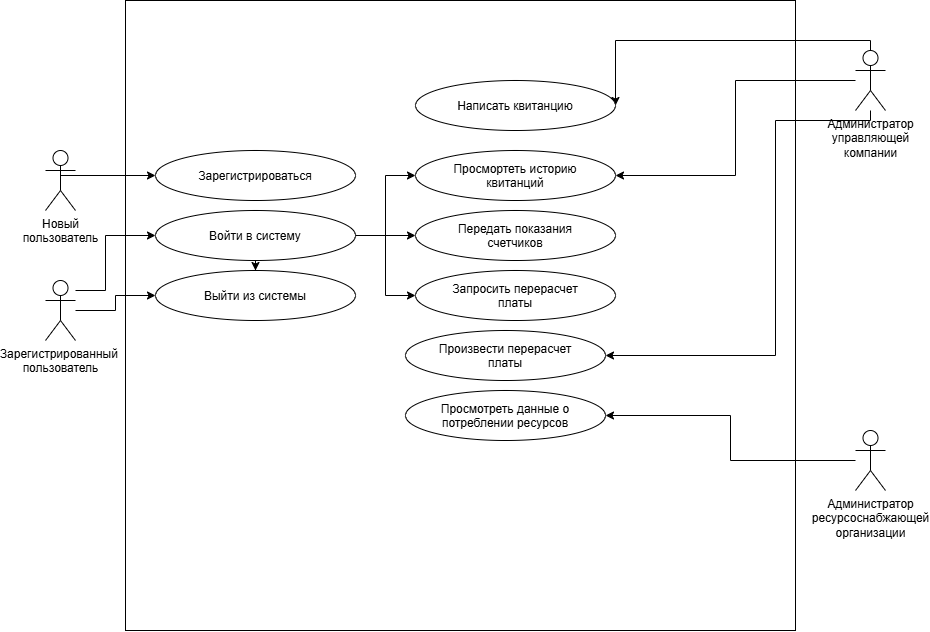
Above: docs/UseCase.png in rizunagd/project0 (draw.io), before the change. Source tidied: cells renumbered, new cells last; positions are measured from the earlier drawing's top-left corner, leaving out a move shared by most shapes. Source of this version:
```xml
<mxGraphModel>
  <root>
    <mxCell id="0" />
    <mxCell id="1" parent="0" />
    <mxCell id="2" style="rounded=0;whiteSpace=wrap;html=1;" parent="1" vertex="1">
      <mxGeometry x="80" width="670" height="630" as="geometry" />
    </mxCell>
    <mxCell id="3" style="edgeStyle=orthogonalEdgeStyle;rounded=0;jettySize=auto;html=1;exitX=0.5;exitY=0.5;exitDx=0;exitDy=0;exitPerimeter=0;entryX=0;entryY=0.5;entryDx=0;entryDy=0;" parent="1" edge="1" source="4" target="8">
      <mxGeometry relative="1" as="geometry">
        <Array as="points">
          <mxPoint x="15" y="175" />
        </Array>
      </mxGeometry>
    </mxCell>
    <mxCell id="4" value="Новый&lt;div&gt;пользователь&lt;/div&gt;" style="shape=umlActor;verticalLabelPosition=bottom;verticalAlign=top;html=1;outlineConnect=0;" parent="1" vertex="1">
      <mxGeometry y="150" width="30" height="60" as="geometry" />
    </mxCell>
    <mxCell id="5" style="edgeStyle=orthogonalEdgeStyle;rounded=0;jettySize=auto;html=1;entryX=0;entryY=0.5;entryDx=0;entryDy=0;" parent="1" edge="1" source="7" target="13">
      <mxGeometry relative="1" as="geometry">
        <Array as="points">
          <mxPoint x="60" y="290" />
          <mxPoint x="60" y="235" />
        </Array>
      </mxGeometry>
    </mxCell>
    <mxCell id="6" style="edgeStyle=orthogonalEdgeStyle;rounded=0;jettySize=auto;html=1;entryX=0;entryY=0.5;entryDx=0;entryDy=0;" parent="1" edge="1" source="7" target="14">
      <mxGeometry relative="1" as="geometry" />
    </mxCell>
    <mxCell id="7" value="Зарегистрированный&amp;nbsp;&lt;div&gt;пользователь&lt;/div&gt;" style="shape=umlActor;verticalLabelPosition=bottom;verticalAlign=top;html=1;outlineConnect=0;" parent="1" vertex="1">
      <mxGeometry y="280" width="30" height="60" as="geometry" />
    </mxCell>
    <mxCell id="8" value="Зарегистрироваться" style="ellipse;whiteSpace=wrap;html=1;shapeInside=1;" parent="1" vertex="1">
      <mxGeometry x="110" y="150" width="200" height="50" as="geometry" />
    </mxCell>
    <mxCell id="9" style="edgeStyle=orthogonalEdgeStyle;rounded=0;jettySize=auto;html=1;entryX=0.5;entryY=0;entryDx=0;entryDy=0;" parent="1" edge="1" source="13" target="14">
      <mxGeometry relative="1" as="geometry" />
    </mxCell>
    <mxCell id="10" style="edgeStyle=orthogonalEdgeStyle;rounded=0;jettySize=auto;html=1;entryX=0;entryY=0.5;entryDx=0;entryDy=0;" parent="1" edge="1" source="13" target="15">
      <mxGeometry relative="1" as="geometry" />
    </mxCell>
    <mxCell id="11" style="edgeStyle=orthogonalEdgeStyle;rounded=0;jettySize=auto;html=1;entryX=0;entryY=0.5;entryDx=0;entryDy=0;" parent="1" edge="1" source="13" target="16">
      <mxGeometry relative="1" as="geometry" />
    </mxCell>
    <mxCell id="12" style="edgeStyle=orthogonalEdgeStyle;rounded=0;jettySize=auto;html=1;entryX=0;entryY=0.5;entryDx=0;entryDy=0;" parent="1" edge="1" source="13" target="17">
      <mxGeometry relative="1" as="geometry" />
    </mxCell>
    <mxCell id="13" value="Войти в систему" style="ellipse;whiteSpace=wrap;html=1;shapeInside=1;" parent="1" vertex="1">
      <mxGeometry x="110" y="210" width="200" height="50" as="geometry" />
    </mxCell>
    <mxCell id="14" value="Выйти из системы" style="ellipse;whiteSpace=wrap;html=1;shapeInside=1;" parent="1" vertex="1">
      <mxGeometry x="110" y="270" width="200" height="50" as="geometry" />
    </mxCell>
    <mxCell id="15" value="Просмортеть историю квитанций" style="ellipse;whiteSpace=wrap;html=1;shapeInside=1;" parent="1" vertex="1">
      <mxGeometry x="370" y="150" width="200" height="50" as="geometry" />
    </mxCell>
    <mxCell id="16" value="Передать показания счетчиков" style="ellipse;whiteSpace=wrap;html=1;shapeInside=1;" parent="1" vertex="1">
      <mxGeometry x="370" y="210" width="200" height="50" as="geometry" />
    </mxCell>
    <mxCell id="17" value="Запросить перерасчет платы" style="ellipse;whiteSpace=wrap;html=1;shapeInside=1;" parent="1" vertex="1">
      <mxGeometry x="370" y="270" width="200" height="50" as="geometry" />
    </mxCell>
    <mxCell id="18" style="edgeStyle=orthogonalEdgeStyle;rounded=0;jettySize=auto;html=1;entryX=1;entryY=0.5;entryDx=0;entryDy=0;" parent="1" edge="1" source="21" target="15">
      <mxGeometry relative="1" as="geometry" />
    </mxCell>
    <mxCell id="19" style="edgeStyle=orthogonalEdgeStyle;rounded=0;jettySize=auto;html=1;entryX=1;entryY=0.5;entryDx=0;entryDy=0;" parent="1" edge="1" source="21" target="22">
      <mxGeometry relative="1" as="geometry">
        <Array as="points">
          <mxPoint x="825" y="120" />
          <mxPoint x="730" y="120" />
          <mxPoint x="730" y="355" />
        </Array>
      </mxGeometry>
    </mxCell>
    <mxCell id="20" style="edgeStyle=orthogonalEdgeStyle;rounded=0;jettySize=auto;html=1;entryX=1;entryY=0.5;entryDx=0;entryDy=0;" parent="1" edge="1" source="21" target="26">
      <mxGeometry relative="1" as="geometry">
        <Array as="points">
          <mxPoint x="825" y="40" />
          <mxPoint x="570" y="40" />
        </Array>
      </mxGeometry>
    </mxCell>
    <mxCell id="21" value="Администратор&lt;div&gt;управляющей&lt;/div&gt;&lt;div&gt;компании&lt;/div&gt;" style="shape=umlActor;verticalLabelPosition=bottom;verticalAlign=top;html=1;outlineConnect=0;" parent="1" vertex="1">
      <mxGeometry x="810" y="50" width="30" height="60" as="geometry" />
    </mxCell>
    <mxCell id="22" value="Произвести перерасчет платы" style="ellipse;whiteSpace=wrap;html=1;shapeInside=1;" parent="1" vertex="1">
      <mxGeometry x="360" y="330" width="200" height="50" as="geometry" />
    </mxCell>
    <mxCell id="23" value="Просмотреть данные о потреблении ресурсов" style="ellipse;whiteSpace=wrap;html=1;shapeInside=1;" parent="1" vertex="1">
      <mxGeometry x="360" y="390" width="200" height="50" as="geometry" />
    </mxCell>
    <mxCell id="24" style="edgeStyle=orthogonalEdgeStyle;rounded=0;jettySize=auto;html=1;entryX=1;entryY=0.5;entryDx=0;entryDy=0;" parent="1" edge="1" source="25" target="23">
      <mxGeometry relative="1" as="geometry" />
    </mxCell>
    <mxCell id="25" value="Администратор&lt;div&gt;ресурсоснабжающей&lt;/div&gt;&lt;div&gt;организации&lt;/div&gt;" style="shape=umlActor;verticalLabelPosition=bottom;verticalAlign=top;html=1;outlineConnect=0;" parent="1" vertex="1">
      <mxGeometry x="810" y="430" width="30" height="60" as="geometry" />
    </mxCell>
    <mxCell id="26" value="Написать квитанцию" style="ellipse;whiteSpace=wrap;html=1;shapeInside=1;" parent="1" vertex="1">
      <mxGeometry x="370" y="80" width="200" height="50" as="geometry" />
    </mxCell>
  </root>
</mxGraphModel>
```
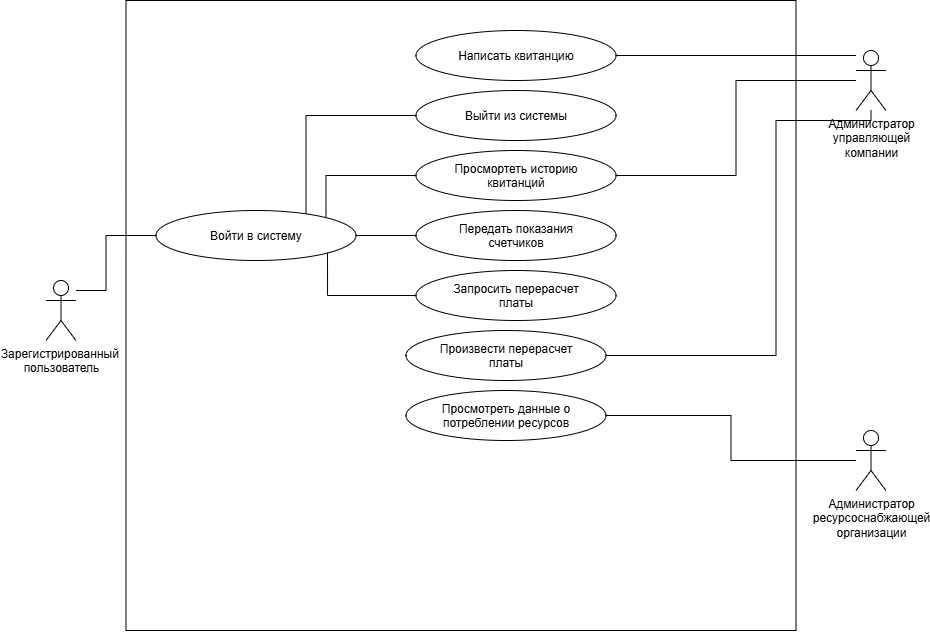
The same file after the commit.

Commit message:
исправлены диаграмы, настроен gitignore, добавлены изображения диаграм в readme

The edit, as a diff of the source:
```diff
@@ -5,17 +5,7 @@
     <mxCell id="2" style="rounded=0;whiteSpace=wrap;html=1;" parent="1" vertex="1">
       <mxGeometry x="80" width="670" height="630" as="geometry" />
     </mxCell>
-    <mxCell id="3" style="edgeStyle=orthogonalEdgeStyle;rounded=0;jettySize=auto;html=1;exitX=0.5;exitY=0.5;exitDx=0;exitDy=0;exitPerimeter=0;entryX=0;entryY=0.5;entryDx=0;entryDy=0;" parent="1" edge="1" source="4" target="8">
-      <mxGeometry relative="1" as="geometry">
-        <Array as="points">
-          <mxPoint x="15" y="175" />
-        </Array>
-      </mxGeometry>
-    </mxCell>
-    <mxCell id="4" value="Новый&lt;div&gt;пользователь&lt;/div&gt;" style="shape=umlActor;verticalLabelPosition=bottom;verticalAlign=top;html=1;outlineConnect=0;" parent="1" vertex="1">
-      <mxGeometry y="150" width="30" height="60" as="geometry" />
-    </mxCell>
-    <mxCell id="5" style="edgeStyle=orthogonalEdgeStyle;rounded=0;jettySize=auto;html=1;entryX=0;entryY=0.5;entryDx=0;entryDy=0;" parent="1" edge="1" source="7" target="13">
+    <mxCell id="5" style="edgeStyle=orthogonalEdgeStyle;rounded=0;jettySize=auto;html=1;entryX=0;entryY=0.5;entryDx=0;entryDy=0;startArrow=none;startFill=0;endArrow=none;endFill=0;" parent="1" edge="1" source="7" target="13">
       <mxGeometry relative="1" as="geometry">
         <Array as="points">
           <mxPoint x="60" y="290" />
@@ -23,32 +13,39 @@
         </Array>
       </mxGeometry>
     </mxCell>
-    <mxCell id="6" style="edgeStyle=orthogonalEdgeStyle;rounded=0;jettySize=auto;html=1;entryX=0;entryY=0.5;entryDx=0;entryDy=0;" parent="1" edge="1" source="7" target="14">
-      <mxGeometry relative="1" as="geometry" />
-    </mxCell>
     <mxCell id="7" value="Зарегистрированный&amp;nbsp;&lt;div&gt;пользователь&lt;/div&gt;" style="shape=umlActor;verticalLabelPosition=bottom;verticalAlign=top;html=1;outlineConnect=0;" parent="1" vertex="1">
       <mxGeometry y="280" width="30" height="60" as="geometry" />
     </mxCell>
-    <mxCell id="8" value="Зарегистрироваться" style="ellipse;whiteSpace=wrap;html=1;shapeInside=1;" parent="1" vertex="1">
-      <mxGeometry x="110" y="150" width="200" height="50" as="geometry" />
-    </mxCell>
-    <mxCell id="9" style="edgeStyle=orthogonalEdgeStyle;rounded=0;jettySize=auto;html=1;entryX=0.5;entryY=0;entryDx=0;entryDy=0;" parent="1" edge="1" source="13" target="14">
-      <mxGeometry relative="1" as="geometry" />
+    <mxCell id="9" style="edgeStyle=orthogonalEdgeStyle;rounded=0;jettySize=auto;html=1;entryX=0;entryY=0.5;entryDx=0;entryDy=0;endArrow=none;endFill=0;" parent="1" edge="1" source="13" target="14">
+      <mxGeometry relative="1" as="geometry">
+        <Array as="points">
+          <mxPoint x="260" y="115" />
+        </Array>
+      </mxGeometry>
     </mxCell>
-    <mxCell id="10" style="edgeStyle=orthogonalEdgeStyle;rounded=0;jettySize=auto;html=1;entryX=0;entryY=0.5;entryDx=0;entryDy=0;" parent="1" edge="1" source="13" target="15">
-      <mxGeometry relative="1" as="geometry" />
+    <mxCell id="10" style="edgeStyle=orthogonalEdgeStyle;rounded=0;jettySize=auto;html=1;exitX=1;exitY=0.5;exitDx=0;exitDy=0;entryX=0;entryY=0.5;entryDx=0;entryDy=0;endArrow=none;endFill=0;" parent="1" edge="1" source="13" target="15">
+      <mxGeometry relative="1" as="geometry">
+        <Array as="points">
+          <mxPoint x="280" y="235" />
+          <mxPoint x="280" y="175" />
+        </Array>
+      </mxGeometry>
     </mxCell>
-    <mxCell id="11" style="edgeStyle=orthogonalEdgeStyle;rounded=0;jettySize=auto;html=1;entryX=0;entryY=0.5;entryDx=0;entryDy=0;" parent="1" edge="1" source="13" target="16">
+    <mxCell id="11" style="edgeStyle=orthogonalEdgeStyle;rounded=0;jettySize=auto;html=1;entryX=0;entryY=0.5;entryDx=0;entryDy=0;endArrow=none;endFill=0;" parent="1" edge="1" source="13" target="16">
       <mxGeometry relative="1" as="geometry" />
     </mxCell>
-    <mxCell id="12" style="edgeStyle=orthogonalEdgeStyle;rounded=0;jettySize=auto;html=1;entryX=0;entryY=0.5;entryDx=0;entryDy=0;" parent="1" edge="1" source="13" target="17">
-      <mxGeometry relative="1" as="geometry" />
+    <mxCell id="12" style="edgeStyle=orthogonalEdgeStyle;rounded=0;jettySize=auto;html=1;exitX=1;exitY=1;exitDx=0;exitDy=0;entryX=0;entryY=0.5;entryDx=0;entryDy=0;endArrow=none;endFill=0;" parent="1" edge="1" source="13" target="17">
+      <mxGeometry relative="1" as="geometry">
+        <Array as="points">
+          <mxPoint x="281" y="295" />
+        </Array>
+      </mxGeometry>
     </mxCell>
     <mxCell id="13" value="Войти в систему" style="ellipse;whiteSpace=wrap;html=1;shapeInside=1;" parent="1" vertex="1">
       <mxGeometry x="110" y="210" width="200" height="50" as="geometry" />
     </mxCell>
     <mxCell id="14" value="Выйти из системы" style="ellipse;whiteSpace=wrap;html=1;shapeInside=1;" parent="1" vertex="1">
-      <mxGeometry x="110" y="270" width="200" height="50" as="geometry" />
+      <mxGeometry x="370" y="90" width="200" height="50" as="geometry" />
     </mxCell>
     <mxCell id="15" value="Просмортеть историю квитанций" style="ellipse;whiteSpace=wrap;html=1;shapeInside=1;" parent="1" vertex="1">
       <mxGeometry x="370" y="150" width="200" height="50" as="geometry" />
@@ -59,10 +56,10 @@
     <mxCell id="17" value="Запросить перерасчет платы" style="ellipse;whiteSpace=wrap;html=1;shapeInside=1;" parent="1" vertex="1">
       <mxGeometry x="370" y="270" width="200" height="50" as="geometry" />
     </mxCell>
-    <mxCell id="18" style="edgeStyle=orthogonalEdgeStyle;rounded=0;jettySize=auto;html=1;entryX=1;entryY=0.5;entryDx=0;entryDy=0;" parent="1" edge="1" source="21" target="15">
+    <mxCell id="18" style="edgeStyle=orthogonalEdgeStyle;rounded=0;jettySize=auto;html=1;entryX=1;entryY=0.5;entryDx=0;entryDy=0;endArrow=none;endFill=0;" parent="1" edge="1" source="21" target="15">
       <mxGeometry relative="1" as="geometry" />
     </mxCell>
-    <mxCell id="19" style="edgeStyle=orthogonalEdgeStyle;rounded=0;jettySize=auto;html=1;entryX=1;entryY=0.5;entryDx=0;entryDy=0;" parent="1" edge="1" source="21" target="22">
+    <mxCell id="19" style="edgeStyle=orthogonalEdgeStyle;rounded=0;jettySize=auto;html=1;entryX=1;entryY=0.5;entryDx=0;entryDy=0;endArrow=none;endFill=0;" parent="1" edge="1" source="21" target="22">
       <mxGeometry relative="1" as="geometry">
         <Array as="points">
           <mxPoint x="825" y="120" />
@@ -71,11 +68,11 @@
         </Array>
       </mxGeometry>
     </mxCell>
-    <mxCell id="20" style="edgeStyle=orthogonalEdgeStyle;rounded=0;jettySize=auto;html=1;entryX=1;entryY=0.5;entryDx=0;entryDy=0;" parent="1" edge="1" source="21" target="26">
+    <mxCell id="20" style="edgeStyle=orthogonalEdgeStyle;rounded=0;jettySize=auto;html=1;entryX=1;entryY=0.5;entryDx=0;entryDy=0;endArrow=none;endFill=0;" parent="1" edge="1" source="21" target="26">
       <mxGeometry relative="1" as="geometry">
         <Array as="points">
-          <mxPoint x="825" y="40" />
-          <mxPoint x="570" y="40" />
+          <mxPoint x="690" y="55" />
+          <mxPoint x="690" y="55" />
         </Array>
       </mxGeometry>
     </mxCell>
@@ -88,14 +85,14 @@
     <mxCell id="23" value="Просмотреть данные о потреблении ресурсов" style="ellipse;whiteSpace=wrap;html=1;shapeInside=1;" parent="1" vertex="1">
       <mxGeometry x="360" y="390" width="200" height="50" as="geometry" />
     </mxCell>
-    <mxCell id="24" style="edgeStyle=orthogonalEdgeStyle;rounded=0;jettySize=auto;html=1;entryX=1;entryY=0.5;entryDx=0;entryDy=0;" parent="1" edge="1" source="25" target="23">
+    <mxCell id="24" style="edgeStyle=orthogonalEdgeStyle;rounded=0;jettySize=auto;html=1;entryX=1;entryY=0.5;entryDx=0;entryDy=0;endArrow=none;endFill=0;" parent="1" edge="1" source="25" target="23">
       <mxGeometry relative="1" as="geometry" />
     </mxCell>
     <mxCell id="25" value="Администратор&lt;div&gt;ресурсоснабжающей&lt;/div&gt;&lt;div&gt;организации&lt;/div&gt;" style="shape=umlActor;verticalLabelPosition=bottom;verticalAlign=top;html=1;outlineConnect=0;" parent="1" vertex="1">
       <mxGeometry x="810" y="430" width="30" height="60" as="geometry" />
     </mxCell>
     <mxCell id="26" value="Написать квитанцию" style="ellipse;whiteSpace=wrap;html=1;shapeInside=1;" parent="1" vertex="1">
-      <mxGeometry x="370" y="80" width="200" height="50" as="geometry" />
+      <mxGeometry x="370" y="30" width="200" height="50" as="geometry" />
     </mxCell>
   </root>
 </mxGraphModel>
```
